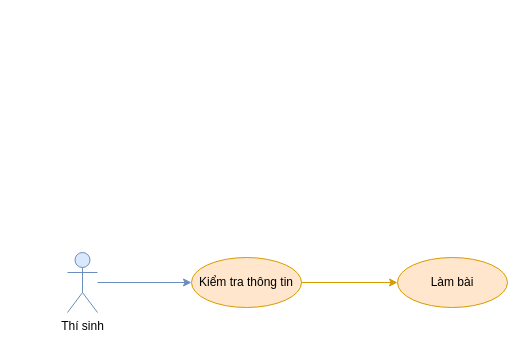
copecute/Edudex-Quiz keeps this draw.io diagram as document/temp/draw/usecase_phanra/usecase_lambai.drawio. Above is the earlier version. Source tidied: cells renumbered, new cells numbered last; positions are measured from the earlier drawing's top-left corner, leaving out a move shared by most shapes. Both pictures are drawn from the tidied source at 100%, with x=0, y=0 at pixel (67, 252).
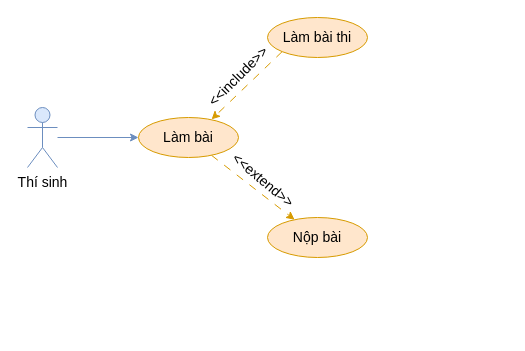
Above is the later version.

Change to the diagram source:
```diff
@@
 <mxGraphModel>
   <root>
     <mxCell id="0" />
     <mxCell id="1" parent="0" />
-    <mxCell id="2" style="rounded=0;jettySize=auto;html=1;fillColor=#dae8fc;strokeColor=#6c8ebf;entryX=0;entryY=0.5;entryDx=0;entryDy=0;" parent="1" edge="1" source="3" target="5">
-      <mxGeometry relative="1" as="geometry" />
-    </mxCell>
+    <mxCell id="7" style="rounded=0;jettySize=auto;html=1;dashed=1;dashPattern=8 8;fillColor=#ffe6cc;strokeColor=#d79b00;fontSize=14;" parent="1" edge="1" source="6" target="10">
+      <mxGeometry relative="1" as="geometry" />
+    </mxCell>
+    <mxCell id="6" value="Làm bài" style="ellipse;whiteSpace=wrap;html=1;fillColor=#ffe6cc;strokeColor=#d79b00;fontSize=14;" parent="1" vertex="1">
+      <mxGeometry x="71" y="-135" width="100" height="40" as="geometry" />
+    </mxCell>
+    <mxCell id="8" style="rounded=0;jettySize=auto;html=1;exitX=0;exitY=1;exitDx=0;exitDy=0;entryX=0.731;entryY=0.047;entryDx=0;entryDy=0;fillColor=#ffe6cc;strokeColor=#d79b00;entryPerimeter=0;dashed=1;dashPattern=8 8;fontSize=14;" parent="1" edge="1" source="9" target="6">
+      <mxGeometry relative="1" as="geometry" />
+    </mxCell>
+    <mxCell id="9" value="Làm bài thi" style="ellipse;whiteSpace=wrap;html=1;fillColor=#ffe6cc;strokeColor=#d79b00;fontSize=14;" parent="1" vertex="1">
+      <mxGeometry x="200" y="-235" width="100" height="40" as="geometry" />
+    </mxCell>
+    <mxCell id="10" value="Nộp bài" style="ellipse;whiteSpace=wrap;html=1;fillColor=#ffe6cc;strokeColor=#d79b00;fontSize=14;" parent="1" vertex="1">
+      <mxGeometry x="200" y="-35" width="100" height="40" as="geometry" />
+    </mxCell>
+    <mxCell id="11" value="&lt;font style=&quot;font-size: 14px;&quot;&gt;&amp;lt;&amp;lt;extend&amp;gt;&amp;gt;&lt;/font&gt;" style="text;html=1;strokeColor=none;fillColor=none;align=center;verticalAlign=middle;whiteSpace=wrap;rounded=0;rotation=40;fontSize=14;" parent="1" vertex="1">
+      <mxGeometry x="166" y="-87" width="60" height="30" as="geometry" />
+    </mxCell>
+    <mxCell id="12" value="&lt;font style=&quot;font-size: 14px;&quot;&gt;&amp;lt;&amp;lt;include&amp;gt;&amp;gt;&lt;/font&gt;" style="text;html=1;strokeColor=none;fillColor=none;align=center;verticalAlign=middle;whiteSpace=wrap;rounded=0;rotation=-45;fontSize=14;" parent="1" vertex="1">
+      <mxGeometry x="141" y="-191" width="60" height="30" as="geometry" />
+    </mxCell>
+    <mxCell id="13" style="rounded=0;jettySize=auto;html=1;entryX=0;entryY=0.5;entryDx=0;entryDy=0;fillColor=#dae8fc;strokeColor=#6c8ebf;fontSize=14;" parent="1" edge="1" source="3" target="6">
+      <mxGeometry relative="1" as="geometry" />
+    </mxCell>
-    <mxCell id="3" value="Thí sinh" style="shape=umlActor;verticalLabelPosition=bottom;verticalAlign=top;html=1;outlineConnect=0;fillColor=#dae8fc;strokeColor=#6c8ebf;" parent="1" vertex="1">
-      <mxGeometry width="30" height="60" as="geometry" />
+    <mxCell id="3" value="Thí sinh" style="shape=umlActor;verticalLabelPosition=bottom;verticalAlign=top;html=1;outlineConnect=0;fillColor=#dae8fc;strokeColor=#6c8ebf;fontSize=14;" parent="1" vertex="1">
+      <mxGeometry x="-40" y="-145" width="30" height="60" as="geometry" />
     </mxCell>
-    <mxCell id="4" style="edgeStyle=orthogonalEdgeStyle;rounded=0;jettySize=auto;html=1;entryX=0;entryY=0.5;entryDx=0;entryDy=0;fillColor=#ffe6cc;strokeColor=#d79b00;" parent="1" edge="1" source="5" target="6">
-      <mxGeometry relative="1" as="geometry" />
-    </mxCell>
-    <mxCell id="5" value="Kiểm tra thông tin" style="ellipse;whiteSpace=wrap;html=1;fillColor=#ffe6cc;strokeColor=#d79b00;" parent="1" vertex="1">
-      <mxGeometry x="124" y="5" width="110" height="50" as="geometry" />
-    </mxCell>
-    <mxCell id="6" value="Làm bài" style="ellipse;whiteSpace=wrap;html=1;fillColor=#ffe6cc;strokeColor=#d79b00;" parent="1" vertex="1">
-      <mxGeometry x="330" y="5" width="110" height="50" as="geometry" />
-    </mxCell>
   </root>
 </mxGraphModel>
```
